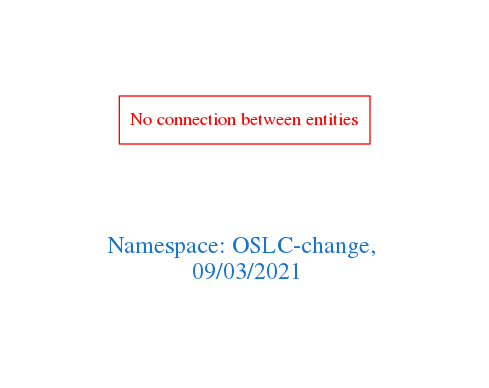
This is downloads/OSLC-change.png from arago/OGIT, a Graphviz export, as it was before one commit. Its source is kept beside it as downloads/OSLC-change.dot.
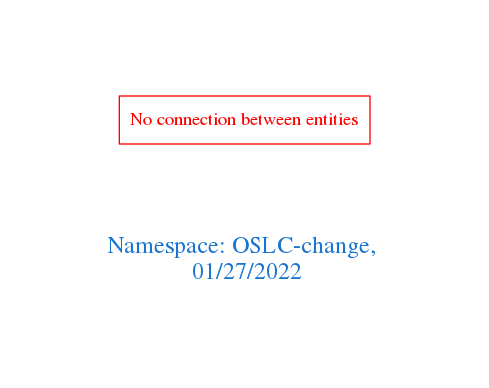
The same diagram one commit later.

What changed in the source:
```diff
@@ -1,7 +1,7 @@
 digraph OGIT_ontology {
  graph [ rankdir= LR,pad=1
 fontsize = 18,
-fontcolor= dodgerblue3,label = "\n\n\nNamespace: OSLC-change, \n 09/03/2021"];
+fontcolor= dodgerblue3,label = "\n\n\nNamespace: OSLC-change, \n 01/27/2022"];
 node[shape=polygon];
 edge [  color="gray81"];
 
```
